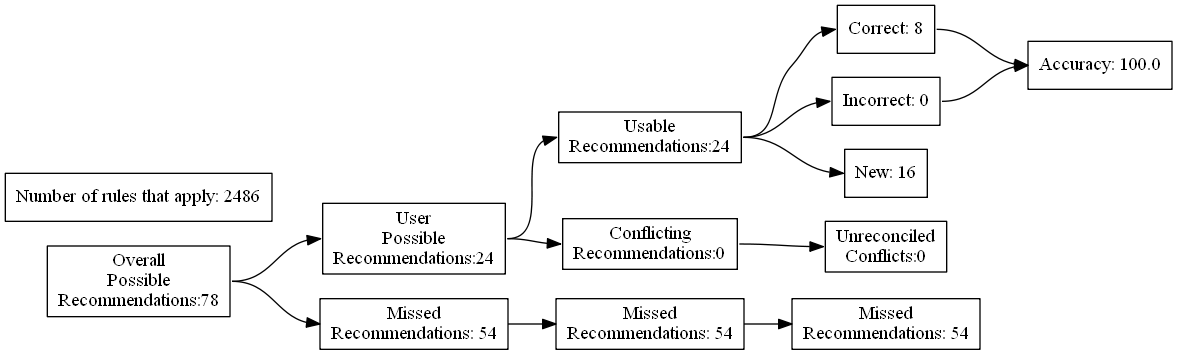
ZaxR/ibd_diet_analysis keeps this Graphviz diagram as test_renders/57.gv.png. Above is the earlier version. Its source is kept beside it as test_renders/57.gv.
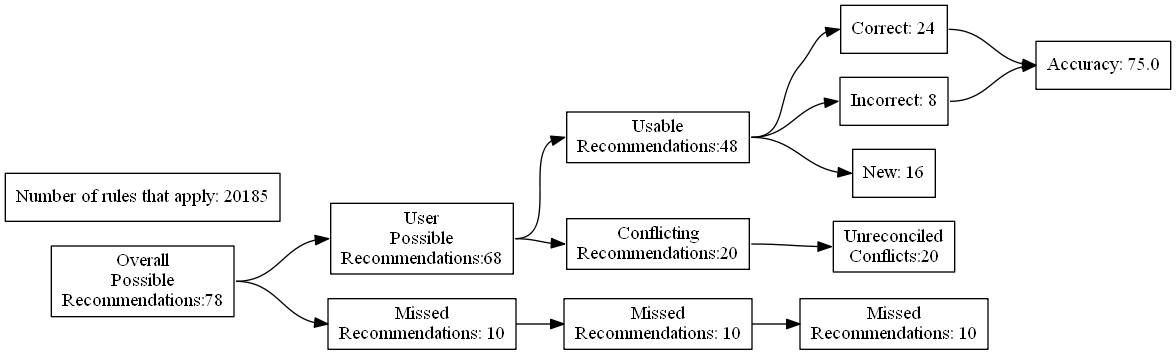
The same file after the commit.

Change to the diagram source:
```diff
@@ -7,24 +7,24 @@
 Recommendations:78"]
 		B [label="User
 Possible
-Recommendations:24"]
+Recommendations:68"]
 		C [label="Missed
-Recommendations: 54"]
+Recommendations: 10"]
 		D [label="Usable
-Recommendations:24"]
+Recommendations:48"]
 		E [label="Conflicting
-Recommendations:0"]
+Recommendations:20"]
 		J [label="Missed
-Recommendations: 54"]
+Recommendations: 10"]
 		M [label="Unreconciled
-Conflicts:0"]
-		F [label="Correct: 8"]
-		G [label="Incorrect: 0"]
+Conflicts:20"]
+		F [label="Correct: 24"]
+		G [label="Incorrect: 8"]
 		H [label="New: 16"]
 		K [label="Missed
-Recommendations: 54"]
-		I [label="Accuracy: 100.0"]
-		l [label="Number of rules that apply: 2486"]
+Recommendations: 10"]
+		I [label="Accuracy: 75.0"]
+		l [label="Number of rules that apply: 20185"]
 			A -> B
 			A -> C
 			B -> D
```
